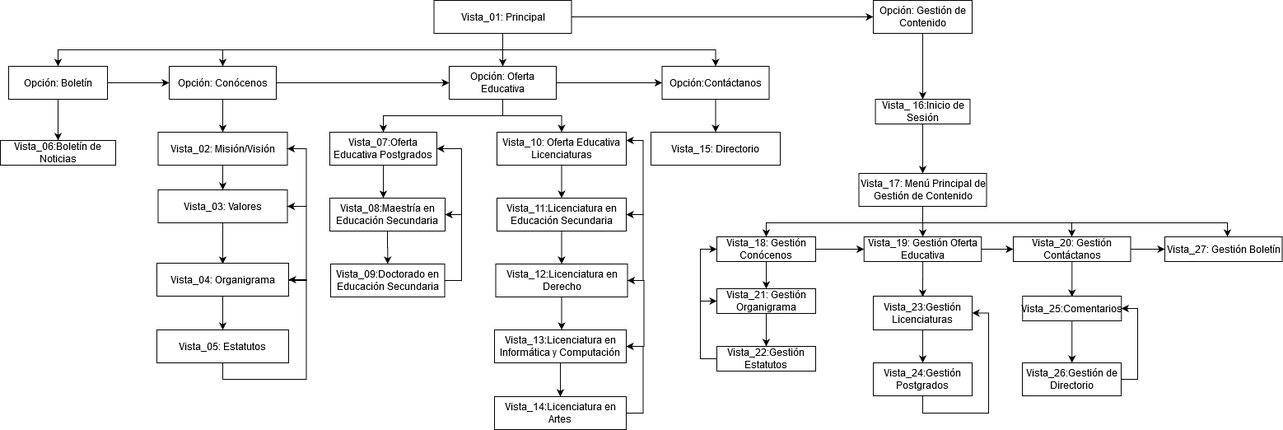
Above: MapaNavegacion.png in danielNYR/ProjectSchool (draw.io), before the change. Source tidied: cells renumbered, new cells last; positions are measured from the earlier drawing's top-left corner, leaving out a move shared by most shapes.
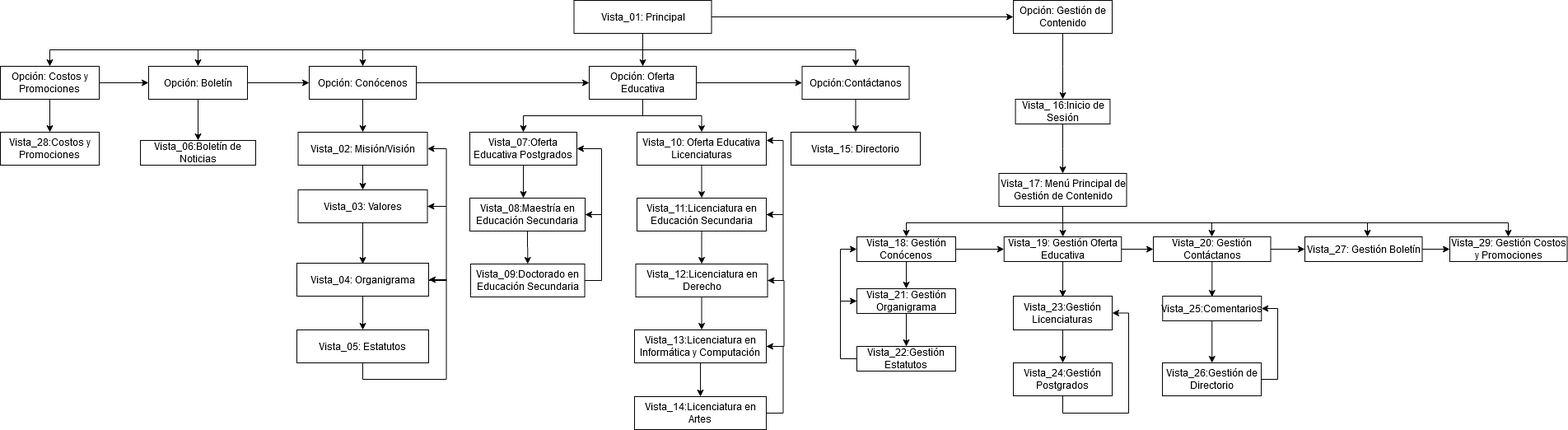
After the commit.

What changed in the source:
```diff
@@ -33,6 +33,14 @@
         </Array>
       </mxGeometry>
     </mxCell>
+    <mxCell id="84" style="edgeStyle=orthogonalEdgeStyle;rounded=0;jettySize=auto;html=1;entryX=0.5;entryY=0;entryDx=0;entryDy=0;" parent="1" edge="1" source="7" target="89">
+      <mxGeometry relative="1" as="geometry">
+        <Array as="points">
+          <mxPoint x="610" y="60" />
+          <mxPoint x="-110" y="60" />
+        </Array>
+      </mxGeometry>
+    </mxCell>
     <mxCell id="7" value="Vista_01: Principal" style="rounded=0;whiteSpace=wrap;html=1;" parent="1" vertex="1">
       <mxGeometry x="526.5" width="167" height="40" as="geometry" />
     </mxCell>
@@ -157,6 +165,14 @@
         </Array>
       </mxGeometry>
     </mxCell>
+    <mxCell id="85" style="edgeStyle=orthogonalEdgeStyle;rounded=0;jettySize=auto;html=1;" parent="1" edge="1" source="36" target="91">
+      <mxGeometry relative="1" as="geometry">
+        <Array as="points">
+          <mxPoint x="1120" y="270" />
+          <mxPoint x="1661" y="270" />
+        </Array>
+      </mxGeometry>
+    </mxCell>
     <mxCell id="36" value="Vista_17: Menú Principal de Gestión de Contenido" style="rounded=0;whiteSpace=wrap;html=1;" parent="1" vertex="1">
       <mxGeometry x="1042.5" y="210" width="155" height="40" as="geometry" />
     </mxCell>
@@ -205,6 +221,9 @@
     <mxCell id="48" value="Vista_20: Gestión Contáctanos" style="whiteSpace=wrap;html=1;rounded=0;" parent="1" vertex="1">
       <mxGeometry x="1230" y="287" width="142.5" height="30" as="geometry" />
     </mxCell>
+    <mxCell id="86" style="edgeStyle=orthogonalEdgeStyle;rounded=0;jettySize=auto;html=1;entryX=0;entryY=0.5;entryDx=0;entryDy=0;" parent="1" edge="1" source="49" target="91">
+      <mxGeometry relative="1" as="geometry" />
+    </mxCell>
     <mxCell id="49" value="Vista_27: Gestión Boletín" style="whiteSpace=wrap;html=1;rounded=0;" parent="1" vertex="1">
       <mxGeometry x="1414" y="287" width="142.5" height="30" as="geometry" />
     </mxCell>
@@ -368,5 +387,22 @@
     <mxCell id="83" value="Vista_26:Gestión de Directorio" style="rounded=0;whiteSpace=wrap;html=1;" parent="1" vertex="1">
       <mxGeometry x="1241" y="440" width="120" height="40" as="geometry" />
     </mxCell>
+    <mxCell id="87" style="edgeStyle=orthogonalEdgeStyle;rounded=0;jettySize=auto;html=1;" parent="1" edge="1" source="89">
+      <mxGeometry relative="1" as="geometry">
+        <mxPoint x="-110" y="160" as="targetPoint" />
+      </mxGeometry>
+    </mxCell>
+    <mxCell id="88" style="edgeStyle=orthogonalEdgeStyle;rounded=0;jettySize=auto;html=1;" parent="1" edge="1" source="89" target="52">
+      <mxGeometry relative="1" as="geometry" />
+    </mxCell>
+    <mxCell id="89" value="Opción: Costos y Promociones" style="rounded=0;whiteSpace=wrap;html=1;" parent="1" vertex="1">
+      <mxGeometry x="-170" y="80" width="120" height="40" as="geometry" />
+    </mxCell>
+    <mxCell id="90" value="Vista_28:Costos y Promociones" style="rounded=0;whiteSpace=wrap;html=1;" parent="1" vertex="1">
+      <mxGeometry x="-170" y="160" width="120" height="40" as="geometry" />
+    </mxCell>
+    <mxCell id="91" value="Vista_29: Gestión Costos y Promociones" style="whiteSpace=wrap;html=1;rounded=0;" parent="1" vertex="1">
+      <mxGeometry x="1590" y="287" width="142.5" height="30" as="geometry" />
+    </mxCell>
   </root>
 </mxGraphModel>
```
